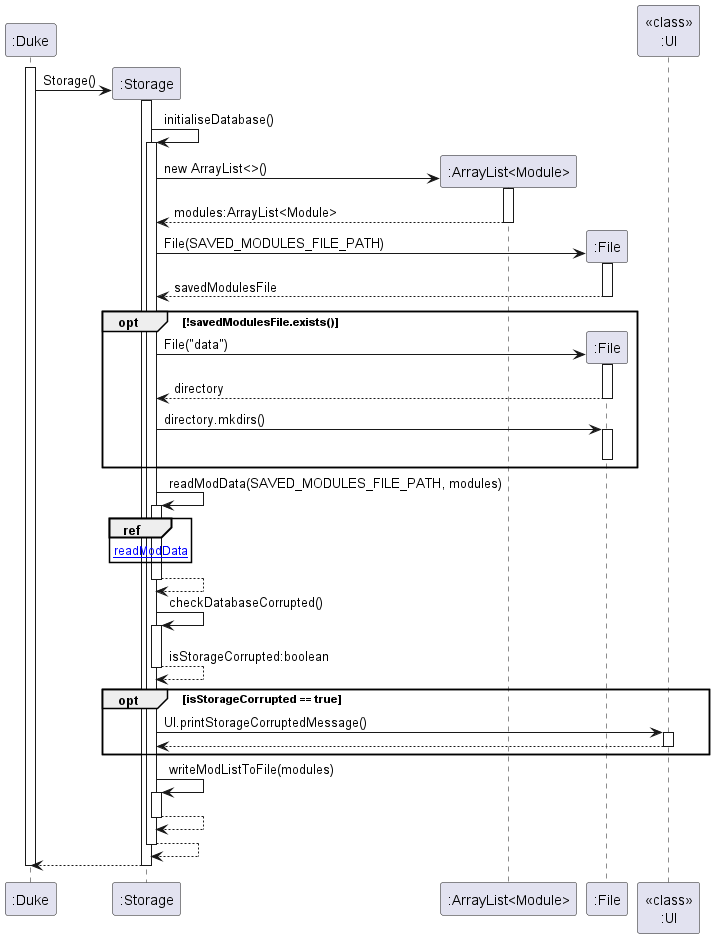
nus-cs2113-AY2223S2/tp keeps this PlantUML diagram as docs/diagrams/Storage/Storage.png. Above is the earlier version.
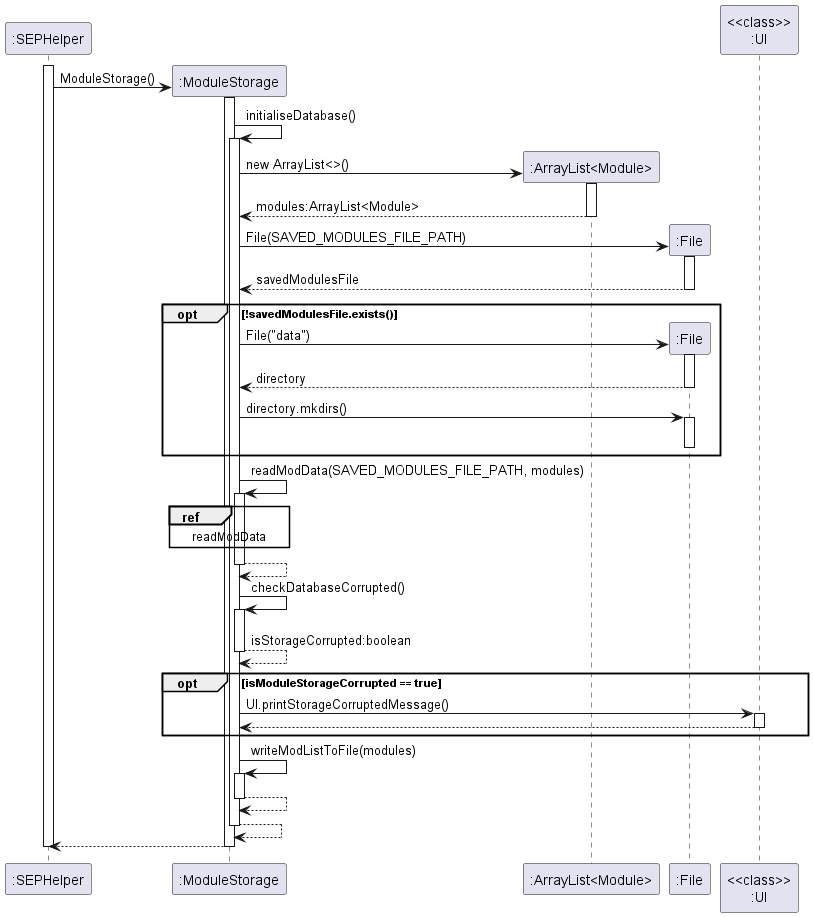
The same diagram one commit later.

Commit message:
change name from Duke to SEPHelper

Change to the diagram source:
```diff
@@ -2,58 +2,58 @@
 
 
 
-activate ":Duke"
-create ":Storage"
-":Duke" -> ":Storage" : Storage()
-activate ":Storage"
-":Storage" -> ":Storage" : initialiseDatabase()
-activate ":Storage"
+activate ":SEPHelper"
+create ":ModuleStorage"
+":SEPHelper" -> ":ModuleStorage" : ModuleStorage()
+activate ":ModuleStorage"
+":ModuleStorage" -> ":ModuleStorage" : initialiseDatabase()
+activate ":ModuleStorage"
 create ":ArrayList<Module>"
-":Storage" -> ":ArrayList<Module>" : new ArrayList<>()
+":ModuleStorage" -> ":ArrayList<Module>" : new ArrayList<>()
 activate ":ArrayList<Module>"
-":Storage" <-- ":ArrayList<Module>" : modules:ArrayList<Module>
+":ModuleStorage" <-- ":ArrayList<Module>" : modules:ArrayList<Module>
 deactivate ":ArrayList<Module>"
 create ":File"
-":Storage" -> ":File" : File(SAVED_MODULES_FILE_PATH)
+":ModuleStorage" -> ":File" : File(SAVED_MODULES_FILE_PATH)
 activate ":File"
-":Storage" <-- ":File" : savedModulesFile
+":ModuleStorage" <-- ":File" : savedModulesFile
 deactivate ":File"
 
 opt !savedModulesFile.exists()
 create ":File"
-":Storage" -> ":File" : File("data")
+":ModuleStorage" -> ":File" : File("data")
 activate ":File"
-":Storage" <-- ":File" : directory
+":ModuleStorage" <-- ":File" : directory
 deactivate ":File"
-":Storage" -> ":File" : directory.mkdirs()
+":ModuleStorage" -> ":File" : directory.mkdirs()
 activate ":File"
 deactivate ":File"
 end
-":Storage" -> ":Storage" : readModData(SAVED_MODULES_FILE_PATH, modules)
-activate ":Storage"
-ref over ":Storage" : [[readModData{diagrams%2FStorage%2FreadModData.png}]]
-":Storage" --> ":Storage"
-deactivate ":Storage"
-":Storage" -> ":Storage" : checkDatabaseCorrupted()
-activate ":Storage"
-":Storage" --> ":Storage" : isStorageCorrupted:boolean
-deactivate ":Storage"
-opt isStorageCorrupted == true
-":Storage" -> "<<class>>\n:UI" : UI.printStorageCorruptedMessage()
+":ModuleStorage" -> ":ModuleStorage" : readModData(SAVED_MODULES_FILE_PATH, modules)
+activate ":ModuleStorage"
+ref over ":ModuleStorage" : readModData
+":ModuleStorage" --> ":ModuleStorage"
+deactivate ":ModuleStorage"
+":ModuleStorage" -> ":ModuleStorage" : checkDatabaseCorrupted()
+activate ":ModuleStorage"
+":ModuleStorage" --> ":ModuleStorage" : isStorageCorrupted:boolean
+deactivate ":ModuleStorage"
+opt isModuleStorageCorrupted == true
+":ModuleStorage" -> "<<class>>\n:UI" : UI.printStorageCorruptedMessage()
 activate "<<class>>\n:UI"
-":Storage" <-- "<<class>>\n:UI"
+":ModuleStorage" <-- "<<class>>\n:UI"
 deactivate "<<class>>\n:UI"
 end
-":Storage" -> ":Storage" : writeModListToFile(modules)
-activate ":Storage"
-":Storage" --> ":Storage"
-deactivate ":Storage"
-":Storage" --> ":Storage"
-deactivate ":Storage"
-":Storage" --> ":Duke"
-deactivate ":Storage"
+":ModuleStorage" -> ":ModuleStorage" : writeModListToFile(modules)
+activate ":ModuleStorage"
+":ModuleStorage" --> ":ModuleStorage"
+deactivate ":ModuleStorage"
+":ModuleStorage" --> ":ModuleStorage"
+deactivate ":ModuleStorage"
+":ModuleStorage" --> ":SEPHelper"
+deactivate ":ModuleStorage"
 
-deactivate ":Duke"
+deactivate ":SEPHelper"
 
 
 @enduml
```
